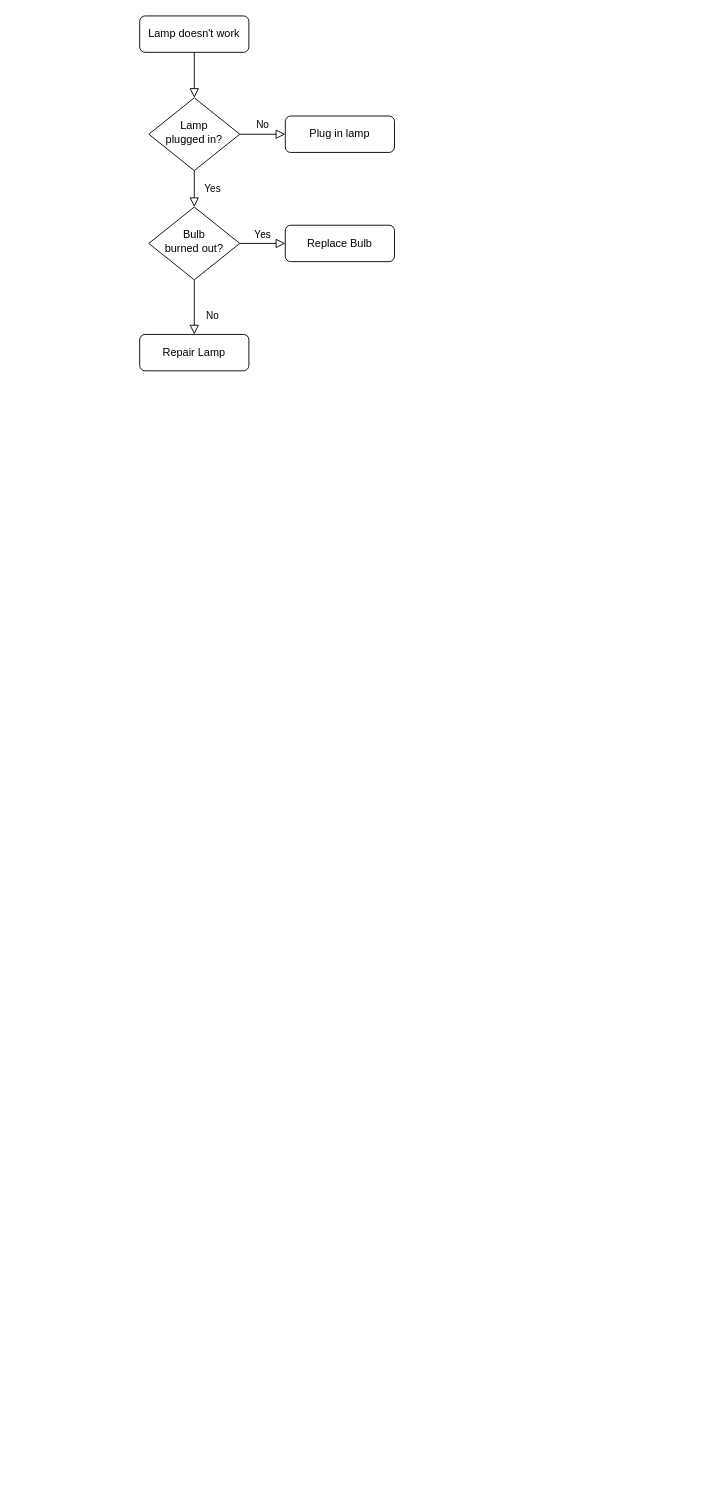
This is 测试系统描述.drawio from x1528045870/x1528045870, a draw.io file, before an edit. Source tidied: cells renumbered, new cells numbered last; positions are measured from the earlier drawing's top-left corner, leaving out a move shared by most shapes. Both pictures are drawn from the tidied source at 91%, with x=0, y=0 at pixel (139, 15).
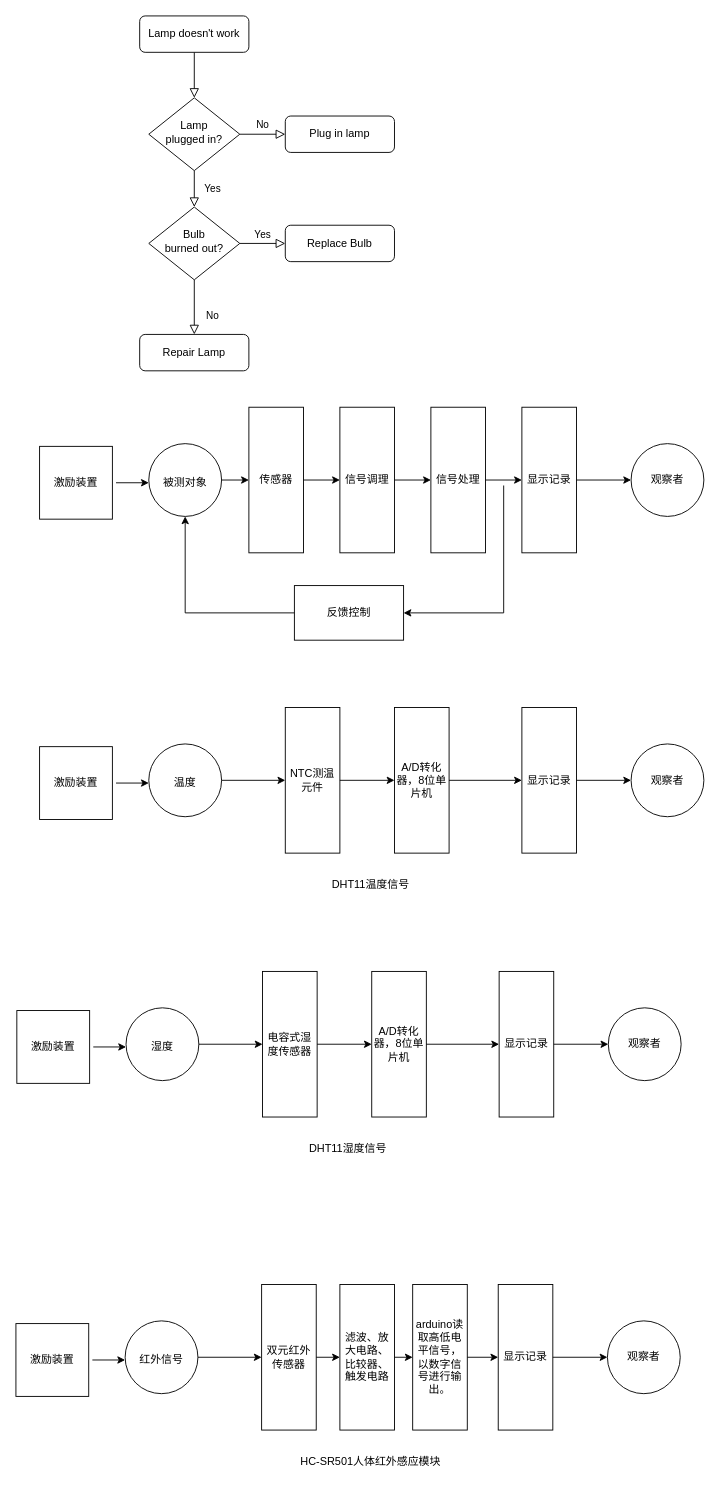
Above is the later version.

Commit message:
更新测试系统描述.drawio

Diff of the diagram source:
```diff
@@
+    <mxCell id="13" style="endArrow=classic;html=1;rounded=0;exitX=1;exitY=0.5;exitDx=0;exitDy=0;" parent="1" edge="1">
+      <mxGeometry relative="1" as="geometry">
+        <mxPoint x="-26" y="513" as="sourcePoint" />
+        <mxPoint x="10" y="513" as="targetPoint" />
+      </mxGeometry>
+    </mxCell>
+    <mxCell id="14" style="ellipse;whiteSpace=wrap;html=1;" parent="1" vertex="1">
+      <mxGeometry x="10" y="470" width="80" height="80" as="geometry" />
+    </mxCell>
+    <mxCell id="15" value="被测对象" style="text;html=1;strokeColor=none;fillColor=none;align=center;verticalAlign=middle;whiteSpace=wrap;rounded=0;" parent="1" vertex="1">
+      <mxGeometry x="20" y="498" width="60" height="30" as="geometry" />
+    </mxCell>
+    <mxCell id="16" value="激励装置" style="whiteSpace=wrap;html=1;" parent="1" vertex="1">
+      <mxGeometry x="-110" y="473" width="80" height="80" as="geometry" />
+    </mxCell>
+    <mxCell id="17" value="传感器" style="rounded=0;whiteSpace=wrap;html=1;" parent="1" vertex="1">
+      <mxGeometry x="120" y="430" width="60" height="160" as="geometry" />
+    </mxCell>
+    <mxCell id="18" style="endArrow=classic;html=1;rounded=0;exitX=1;exitY=0.5;exitDx=0;exitDy=0;entryX=0;entryY=0.5;entryDx=0;entryDy=0;" parent="1" edge="1" source="14" target="17">
+      <mxGeometry relative="1" as="geometry" />
+    </mxCell>
+    <mxCell id="19" value="信号调理" style="rounded=0;whiteSpace=wrap;html=1;" parent="1" vertex="1">
+      <mxGeometry x="220" y="430" width="60" height="160" as="geometry" />
+    </mxCell>
+    <mxCell id="20" value="信号处理" style="rounded=0;whiteSpace=wrap;html=1;" parent="1" vertex="1">
+      <mxGeometry x="320" y="430" width="60" height="160" as="geometry" />
+    </mxCell>
+    <mxCell id="21" value="显示记录" style="rounded=0;whiteSpace=wrap;html=1;" parent="1" vertex="1">
+      <mxGeometry x="420" y="430" width="60" height="160" as="geometry" />
+    </mxCell>
+    <mxCell id="22" value="观察者" style="ellipse;whiteSpace=wrap;html=1;" parent="1" vertex="1">
+      <mxGeometry x="540" y="470" width="80" height="80" as="geometry" />
+    </mxCell>
+    <mxCell id="23" style="endArrow=classic;html=1;rounded=0;exitX=1;exitY=0.5;exitDx=0;exitDy=0;entryX=0;entryY=0.5;entryDx=0;entryDy=0;" parent="1" edge="1" source="17" target="19">
+      <mxGeometry relative="1" as="geometry" />
+    </mxCell>
+    <mxCell id="24" style="endArrow=classic;html=1;rounded=0;exitX=1;exitY=0.5;exitDx=0;exitDy=0;entryX=0;entryY=0.5;entryDx=0;entryDy=0;" parent="1" edge="1" source="19" target="20">
+      <mxGeometry relative="1" as="geometry" />
+    </mxCell>
+    <mxCell id="25" style="endArrow=classic;html=1;rounded=0;exitX=1;exitY=0.5;exitDx=0;exitDy=0;entryX=0;entryY=0.5;entryDx=0;entryDy=0;" parent="1" edge="1" source="20" target="21">
+      <mxGeometry relative="1" as="geometry" />
+    </mxCell>
+    <mxCell id="26" style="endArrow=classic;html=1;rounded=0;exitX=1;exitY=0.5;exitDx=0;exitDy=0;entryX=0;entryY=0.5;entryDx=0;entryDy=0;" parent="1" edge="1" source="21" target="22">
+      <mxGeometry relative="1" as="geometry" />
+    </mxCell>
+    <mxCell id="27" style="endArrow=classic;html=1;rounded=0;" parent="1" edge="1" target="28">
+      <mxGeometry relative="1" as="geometry">
+        <mxPoint x="400" y="516" as="sourcePoint" />
+        <Array as="points">
+          <mxPoint x="400" y="656" />
+        </Array>
+      </mxGeometry>
+    </mxCell>
+    <mxCell id="28" value="反馈控制" style="rounded=0;whiteSpace=wrap;html=1;" parent="1" vertex="1">
+      <mxGeometry x="170" y="626" width="120" height="60" as="geometry" />
+    </mxCell>
+    <mxCell id="29" style="edgeStyle=orthogonalEdgeStyle;rounded=0;orthogonalLoop=1;jettySize=auto;html=1;exitX=0.5;exitY=1;exitDx=0;exitDy=0;" parent="1" edge="1" source="28" target="28">
+      <mxGeometry relative="1" as="geometry" />
+    </mxCell>
+    <mxCell id="30" style="endArrow=classic;html=1;rounded=0;exitX=0;exitY=0.5;exitDx=0;exitDy=0;entryX=0.5;entryY=1;entryDx=0;entryDy=0;" parent="1" edge="1" source="28" target="14">
+      <mxGeometry relative="1" as="geometry">
+        <Array as="points">
+          <mxPoint x="50" y="656" />
+        </Array>
+      </mxGeometry>
+    </mxCell>
+    <mxCell id="31" style="endArrow=classic;html=1;rounded=0;exitX=1;exitY=0.5;exitDx=0;exitDy=0;" parent="1" edge="1">
+      <mxGeometry relative="1" as="geometry">
+        <mxPoint x="-26" y="843" as="sourcePoint" />
+        <mxPoint x="10" y="843" as="targetPoint" />
+      </mxGeometry>
+    </mxCell>
+    <mxCell id="32" style="ellipse;whiteSpace=wrap;html=1;" parent="1" vertex="1">
+      <mxGeometry x="10" y="800" width="80" height="80" as="geometry" />
+    </mxCell>
+    <mxCell id="33" value="温度" style="text;html=1;strokeColor=none;fillColor=none;align=center;verticalAlign=middle;whiteSpace=wrap;rounded=0;" parent="1" vertex="1">
+      <mxGeometry x="20" y="828" width="60" height="30" as="geometry" />
+    </mxCell>
+    <mxCell id="34" value="激励装置" style="whiteSpace=wrap;html=1;" parent="1" vertex="1">
+      <mxGeometry x="-110" y="803" width="80" height="80" as="geometry" />
+    </mxCell>
+    <mxCell id="35" value="NTC测温元件" style="rounded=0;whiteSpace=wrap;html=1;" parent="1" vertex="1">
+      <mxGeometry x="160" y="760" width="60" height="160" as="geometry" />
+    </mxCell>
+    <mxCell id="36" style="endArrow=classic;html=1;rounded=0;exitX=1;exitY=0.5;exitDx=0;exitDy=0;entryX=0;entryY=0.5;entryDx=0;entryDy=0;" parent="1" edge="1" source="32" target="35">
+      <mxGeometry relative="1" as="geometry" />
+    </mxCell>
+    <mxCell id="37" value="A/D转化器，8位单片机" style="rounded=0;whiteSpace=wrap;html=1;" parent="1" vertex="1">
+      <mxGeometry x="280" y="760" width="60" height="160" as="geometry" />
+    </mxCell>
+    <mxCell id="38" value="显示记录" style="rounded=0;whiteSpace=wrap;html=1;" parent="1" vertex="1">
+      <mxGeometry x="420" y="760" width="60" height="160" as="geometry" />
+    </mxCell>
+    <mxCell id="39" value="观察者" style="ellipse;whiteSpace=wrap;html=1;" parent="1" vertex="1">
+      <mxGeometry x="540" y="800" width="80" height="80" as="geometry" />
+    </mxCell>
+    <mxCell id="40" style="endArrow=classic;html=1;rounded=0;exitX=1;exitY=0.5;exitDx=0;exitDy=0;entryX=0;entryY=0.5;entryDx=0;entryDy=0;" parent="1" edge="1" source="35" target="37">
+      <mxGeometry relative="1" as="geometry" />
+    </mxCell>
+    <mxCell id="41" style="endArrow=classic;html=1;rounded=0;exitX=1;exitY=0.5;exitDx=0;exitDy=0;entryX=0;entryY=0.5;entryDx=0;entryDy=0;" parent="1" edge="1" source="37" target="38">
+      <mxGeometry relative="1" as="geometry" />
+    </mxCell>
+    <mxCell id="42" style="endArrow=classic;html=1;rounded=0;exitX=1;exitY=0.5;exitDx=0;exitDy=0;entryX=0;entryY=0.5;entryDx=0;entryDy=0;" parent="1" edge="1" source="38" target="39">
+      <mxGeometry relative="1" as="geometry" />
+    </mxCell>
+    <mxCell id="43" style="edgeStyle=orthogonalEdgeStyle;rounded=0;orthogonalLoop=1;jettySize=auto;html=1;exitX=0.5;exitY=1;exitDx=0;exitDy=0;" parent="1" edge="1">
+      <mxGeometry relative="1" as="geometry">
+        <mxPoint x="230" y="1016" as="sourcePoint" />
+        <mxPoint x="230" y="1016" as="targetPoint" />
+      </mxGeometry>
+    </mxCell>
+    <mxCell id="44" value="DHT11温度信号" style="text;html=1;strokeColor=none;fillColor=none;align=center;verticalAlign=middle;whiteSpace=wrap;rounded=0;" parent="1" vertex="1">
+      <mxGeometry x="194" y="940" width="120" height="30" as="geometry" />
+    </mxCell>
+    <mxCell id="45" style="endArrow=classic;html=1;rounded=0;exitX=1;exitY=0.5;exitDx=0;exitDy=0;" parent="1" edge="1">
+      <mxGeometry relative="1" as="geometry">
+        <mxPoint x="-51" y="1133" as="sourcePoint" />
+        <mxPoint x="-15" y="1133" as="targetPoint" />
+      </mxGeometry>
+    </mxCell>
+    <mxCell id="46" style="ellipse;whiteSpace=wrap;html=1;" parent="1" vertex="1">
+      <mxGeometry x="-15" y="1090" width="80" height="80" as="geometry" />
+    </mxCell>
+    <mxCell id="47" value="湿度" style="text;html=1;strokeColor=none;fillColor=none;align=center;verticalAlign=middle;whiteSpace=wrap;rounded=0;" parent="1" vertex="1">
+      <mxGeometry x="-5" y="1118" width="60" height="30" as="geometry" />
+    </mxCell>
+    <mxCell id="48" value="激励装置" style="whiteSpace=wrap;html=1;" parent="1" vertex="1">
+      <mxGeometry x="-135" y="1093" width="80" height="80" as="geometry" />
+    </mxCell>
+    <mxCell id="49" value="电容式湿度传感器" style="rounded=0;whiteSpace=wrap;html=1;" parent="1" vertex="1">
+      <mxGeometry x="135" y="1050" width="60" height="160" as="geometry" />
+    </mxCell>
+    <mxCell id="50" style="endArrow=classic;html=1;rounded=0;exitX=1;exitY=0.5;exitDx=0;exitDy=0;entryX=0;entryY=0.5;entryDx=0;entryDy=0;" parent="1" edge="1" source="46" target="49">
+      <mxGeometry relative="1" as="geometry" />
+    </mxCell>
+    <mxCell id="51" value="A/D转化器，8位单片机" style="rounded=0;whiteSpace=wrap;html=1;" parent="1" vertex="1">
+      <mxGeometry x="255" y="1050" width="60" height="160" as="geometry" />
+    </mxCell>
+    <mxCell id="52" value="显示记录" style="rounded=0;whiteSpace=wrap;html=1;" parent="1" vertex="1">
+      <mxGeometry x="395" y="1050" width="60" height="160" as="geometry" />
+    </mxCell>
+    <mxCell id="53" value="观察者" style="ellipse;whiteSpace=wrap;html=1;" parent="1" vertex="1">
+      <mxGeometry x="515" y="1090" width="80" height="80" as="geometry" />
+    </mxCell>
+    <mxCell id="54" style="endArrow=classic;html=1;rounded=0;exitX=1;exitY=0.5;exitDx=0;exitDy=0;entryX=0;entryY=0.5;entryDx=0;entryDy=0;" parent="1" edge="1" source="49" target="51">
+      <mxGeometry relative="1" as="geometry" />
+    </mxCell>
+    <mxCell id="55" style="endArrow=classic;html=1;rounded=0;exitX=1;exitY=0.5;exitDx=0;exitDy=0;entryX=0;entryY=0.5;entryDx=0;entryDy=0;" parent="1" edge="1" source="51" target="52">
+      <mxGeometry relative="1" as="geometry" />
+    </mxCell>
+    <mxCell id="56" style="endArrow=classic;html=1;rounded=0;exitX=1;exitY=0.5;exitDx=0;exitDy=0;entryX=0;entryY=0.5;entryDx=0;entryDy=0;" parent="1" edge="1" source="52" target="53">
+      <mxGeometry relative="1" as="geometry" />
+    </mxCell>
+    <mxCell id="57" value="DHT11湿度信号" style="text;html=1;strokeColor=none;fillColor=none;align=center;verticalAlign=middle;whiteSpace=wrap;rounded=0;" parent="1" vertex="1">
+      <mxGeometry x="169" y="1230" width="120" height="30" as="geometry" />
+    </mxCell>
+    <mxCell id="58" style="edgeStyle=orthogonalEdgeStyle;rounded=0;orthogonalLoop=1;jettySize=auto;html=1;exitX=0.5;exitY=1;exitDx=0;exitDy=0;" parent="1" edge="1">
+      <mxGeometry relative="1" as="geometry">
+        <mxPoint x="229" y="1360" as="sourcePoint" />
+        <mxPoint x="229" y="1360" as="targetPoint" />
+      </mxGeometry>
+    </mxCell>
+    <mxCell id="59" style="endArrow=classic;html=1;rounded=0;exitX=1;exitY=0.5;exitDx=0;exitDy=0;" parent="1" edge="1">
+      <mxGeometry relative="1" as="geometry">
+        <mxPoint x="-52" y="1477" as="sourcePoint" />
+        <mxPoint x="-16" y="1477" as="targetPoint" />
+      </mxGeometry>
+    </mxCell>
+    <mxCell id="60" style="ellipse;whiteSpace=wrap;html=1;" parent="1" vertex="1">
+      <mxGeometry x="-16" y="1434" width="80" height="80" as="geometry" />
+    </mxCell>
+    <mxCell id="61" value="红外信号" style="text;html=1;strokeColor=none;fillColor=none;align=center;verticalAlign=middle;whiteSpace=wrap;rounded=0;" parent="1" vertex="1">
+      <mxGeometry x="-6" y="1462" width="60" height="30" as="geometry" />
+    </mxCell>
+    <mxCell id="62" value="激励装置" style="whiteSpace=wrap;html=1;" parent="1" vertex="1">
+      <mxGeometry x="-136" y="1437" width="80" height="80" as="geometry" />
+    </mxCell>
+    <mxCell id="63" value="双元红外传感器" style="rounded=0;whiteSpace=wrap;html=1;" parent="1" vertex="1">
+      <mxGeometry x="134" y="1394" width="60" height="160" as="geometry" />
+    </mxCell>
+    <mxCell id="64" style="endArrow=classic;html=1;rounded=0;exitX=1;exitY=0.5;exitDx=0;exitDy=0;entryX=0;entryY=0.5;entryDx=0;entryDy=0;" parent="1" edge="1" source="60" target="63">
+      <mxGeometry relative="1" as="geometry" />
+    </mxCell>
+    <mxCell id="65" value="滤波、放大电路、比较器、触发电路" style="rounded=0;whiteSpace=wrap;html=1;" parent="1" vertex="1">
+      <mxGeometry x="220" y="1394" width="60" height="160" as="geometry" />
+    </mxCell>
+    <mxCell id="66" value="显示记录" style="rounded=0;whiteSpace=wrap;html=1;" parent="1" vertex="1">
+      <mxGeometry x="394" y="1394" width="60" height="160" as="geometry" />
+    </mxCell>
+    <mxCell id="67" value="观察者" style="ellipse;whiteSpace=wrap;html=1;" parent="1" vertex="1">
+      <mxGeometry x="514" y="1434" width="80" height="80" as="geometry" />
+    </mxCell>
+    <mxCell id="68" style="endArrow=classic;html=1;rounded=0;exitX=1;exitY=0.5;exitDx=0;exitDy=0;entryX=0;entryY=0.5;entryDx=0;entryDy=0;" parent="1" edge="1" source="63" target="65">
+      <mxGeometry relative="1" as="geometry" />
+    </mxCell>
+    <mxCell id="69" style="endArrow=classic;html=1;rounded=0;exitX=1;exitY=0.5;exitDx=0;exitDy=0;entryX=0;entryY=0.5;entryDx=0;entryDy=0;" parent="1" edge="1" source="66" target="67">
+      <mxGeometry relative="1" as="geometry" />
+    </mxCell>
+    <mxCell id="70" value="HC-SR501人体红外感应模块" style="text;html=1;strokeColor=none;fillColor=none;align=center;verticalAlign=middle;whiteSpace=wrap;rounded=0;" parent="1" vertex="1">
+      <mxGeometry x="168" y="1574" width="172" height="30" as="geometry" />
+    </mxCell>
+    <mxCell id="71" value="arduino读取高低电平信号，以数字信号进行输出。" style="rounded=0;whiteSpace=wrap;html=1;" parent="1" vertex="1">
+      <mxGeometry x="300" y="1394" width="60" height="160" as="geometry" />
+    </mxCell>
+    <mxCell id="72" style="endArrow=classic;html=1;rounded=0;exitX=1;exitY=0.5;exitDx=0;exitDy=0;entryX=0;entryY=0.5;entryDx=0;entryDy=0;" parent="1" edge="1" source="65" target="71">
+      <mxGeometry relative="1" as="geometry" />
+    </mxCell>
+    <mxCell id="73" style="endArrow=classic;html=1;rounded=0;exitX=1;exitY=0.5;exitDx=0;exitDy=0;entryX=0;entryY=0.5;entryDx=0;entryDy=0;" parent="1" edge="1" source="71" target="66">
+      <mxGeometry relative="1" as="geometry" />
+    </mxCell>
```
